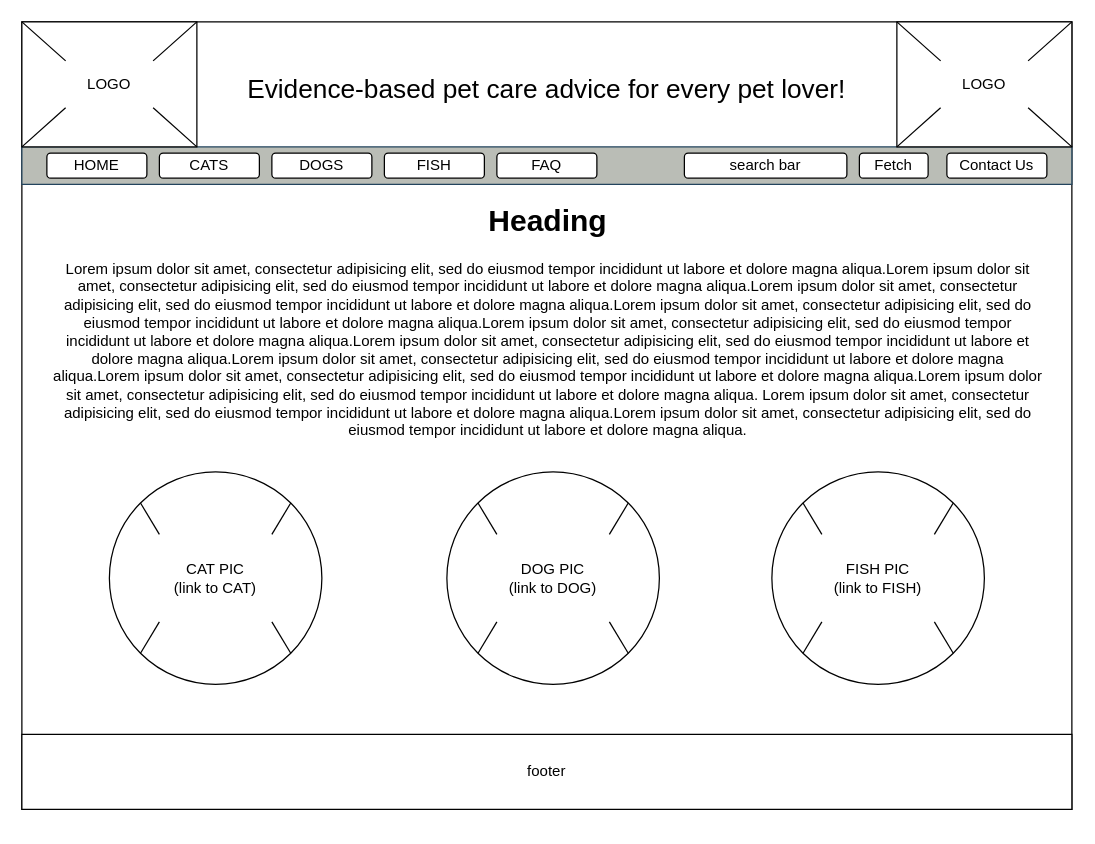
airbaggrenade/WGU-D284 keeps this draw.io diagram as wireframe.drawio. Above is the earlier version. Source tidied: cells renumbered, new cells numbered last; positions are measured from the earlier drawing's top-left corner, leaving out a move shared by most shapes. Both pictures are drawn from the tidied source at 125%, with x=0, y=0 at pixel (21, 21).
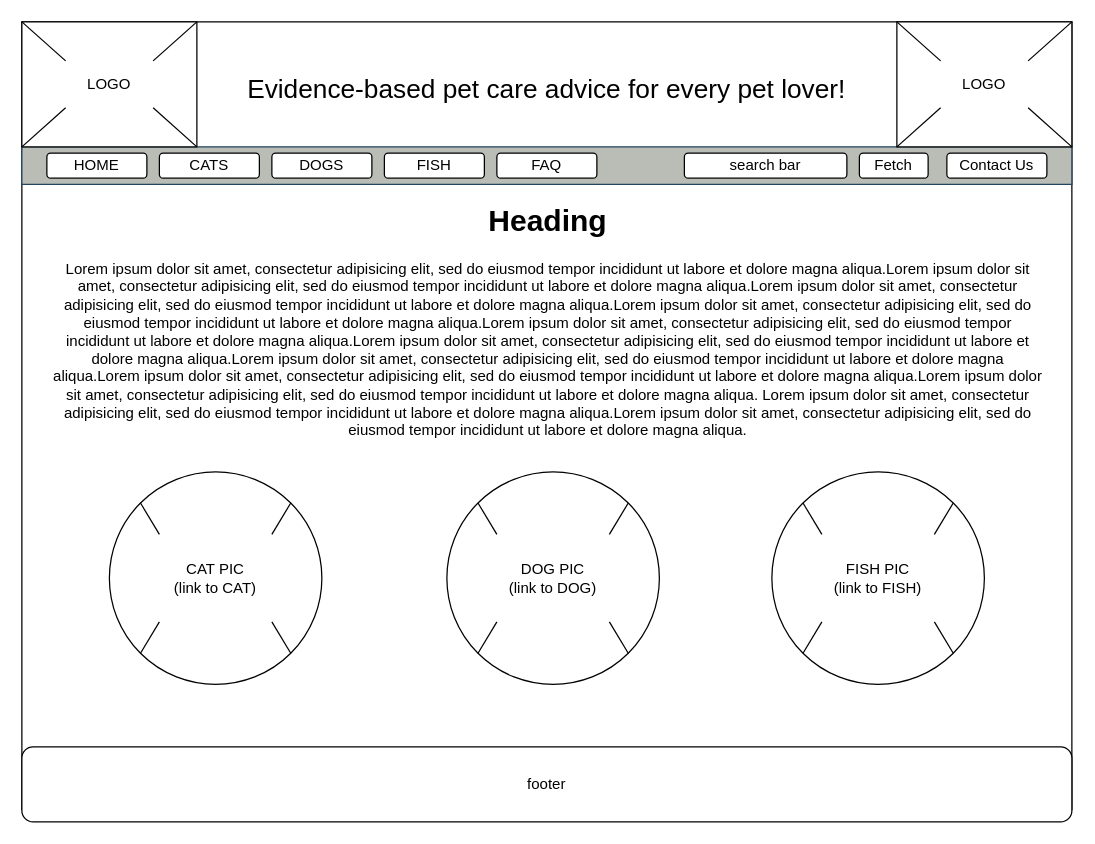
Above is the later version.

What changed in the source:
```diff
@@
-    <mxCell id="11" value="footer" style="rounded=0;whiteSpace=wrap;html=1;" parent="1" vertex="1">
-      <mxGeometry y="570" width="840" height="60" as="geometry" />
+    <mxCell id="11" value="footer" style="rounded=1;whiteSpace=wrap;html=1;" parent="1" vertex="1">
+      <mxGeometry y="580" width="840" height="60" as="geometry" />
     </mxCell>
```
